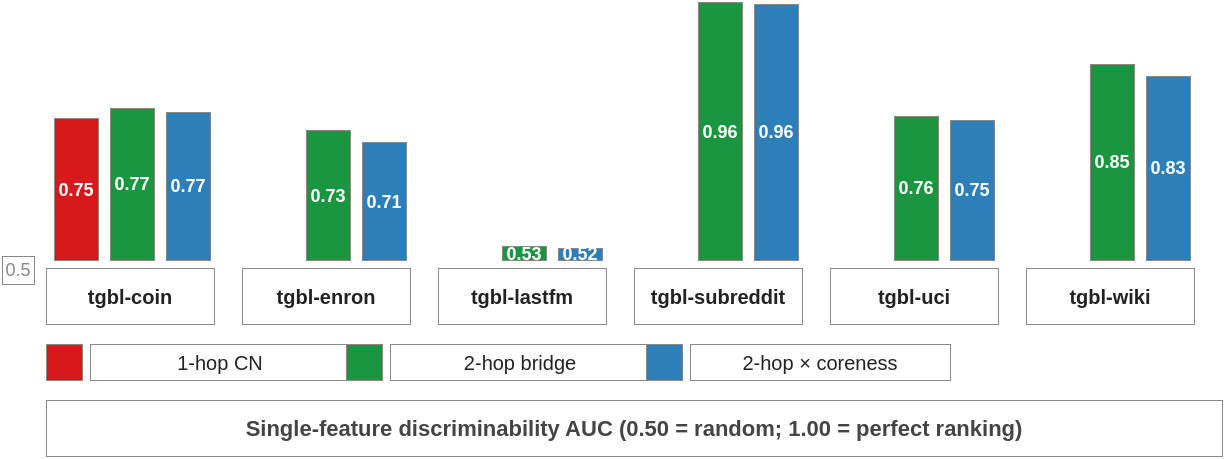
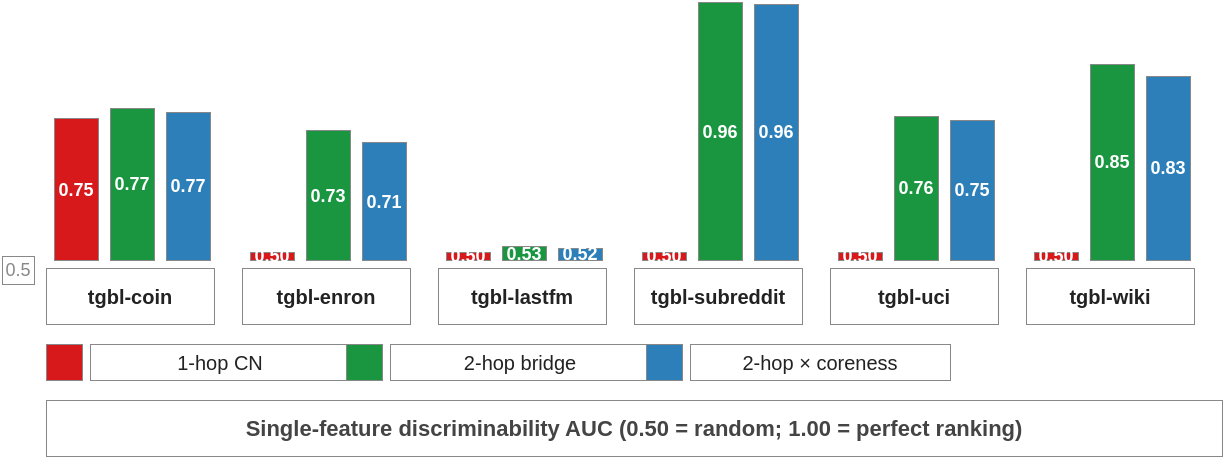
<mxfile host="local" version="22.0.0">
  <diagram name="discAUC-bars" id="discauc-bars">
    <mxGraphModel dx="2000" dy="1000" grid="1" gridSize="10" guides="1" tooltips="1"
      connect="1" arrows="1" fold="1" page="1" pageScale="1"
      pageWidth="716" pageHeight="358" math="0" shadow="0">
      <root>
        <mxCell id="0"/>
        <mxCell id="1" parent="0"/>
-         <mxCell id="2001" value="tgbl-coin" style="rounded=0;whiteSpace=wrap;html=1;fillColor=#FFFFFF;strokeColor=#888888;strokeWidth=0.5;fontColor=#222222;fontSize=10;fontFamily=Helvetica;align=center;verticalAlign=middle;fontStyle=1" vertex="1" parent="1"><mxGeometry x="24" y="168" width="84" height="28" as="geometry"/></mxCell><mxCell id="2002" value="0.75" style="rounded=0;whiteSpace=wrap;html=1;fillColor=#D7191C;strokeColor=#888888;strokeWidth=0.5;fontColor=#FFFFFF;fontSize=9;fontFamily=Helvetica;align=center;verticalAlign=middle;fontStyle=1" vertex="1" parent="1"><mxGeometry x="28" y="93" width="22" height="71" as="geometry"/></mxCell><mxCell id="2003" value="0.77" style="rounded=0;whiteSpace=wrap;html=1;fillColor=#1A9641;strokeColor=#888888;strokeWidth=0.5;fontColor=#FFFFFF;fontSize=9;fontFamily=Helvetica;align=center;verticalAlign=middle;fontStyle=1" vertex="1" parent="1"><mxGeometry x="56" y="88" width="22" height="76" as="geometry"/></mxCell><mxCell id="2004" value="0.77" style="rounded=0;whiteSpace=wrap;html=1;fillColor=#2C7FB8;strokeColor=#888888;strokeWidth=0.5;fontColor=#FFFFFF;fontSize=9;fontFamily=Helvetica;align=center;verticalAlign=middle;fontStyle=1" vertex="1" parent="1"><mxGeometry x="84" y="90" width="22" height="74" as="geometry"/></mxCell><mxCell id="2005" value="tgbl-enron" style="rounded=0;whiteSpace=wrap;html=1;fillColor=#FFFFFF;strokeColor=#888888;strokeWidth=0.5;fontColor=#222222;fontSize=10;fontFamily=Helvetica;align=center;verticalAlign=middle;fontStyle=1" vertex="1" parent="1"><mxGeometry x="122" y="168" width="84" height="28" as="geometry"/></mxCell><mxCell id="2006" value="0.50" style="rounded=0;whiteSpace=wrap;html=1;fillColor=#D7191C;strokeColor=#888888;strokeWidth=0.5;fontColor=#FFFFFF;fontSize=9;fontFamily=Helvetica;align=center;verticalAlign=middle;fontStyle=1" vertex="1" parent="1"><mxGeometry x="126" y="164" width="22" height="0" as="geometry"/></mxCell><mxCell id="2007" value="0.73" style="rounded=0;whiteSpace=wrap;html=1;fillColor=#1A9641;strokeColor=#888888;strokeWidth=0.5;fontColor=#FFFFFF;fontSize=9;fontFamily=Helvetica;align=center;verticalAlign=middle;fontStyle=1" vertex="1" parent="1"><mxGeometry x="154" y="99" width="22" height="65" as="geometry"/></mxCell><mxCell id="2008" value="0.71" style="rounded=0;whiteSpace=wrap;html=1;fillColor=#2C7FB8;strokeColor=#888888;strokeWidth=0.5;fontColor=#FFFFFF;fontSize=9;fontFamily=Helvetica;align=center;verticalAlign=middle;fontStyle=1" vertex="1" parent="1"><mxGeometry x="182" y="105" width="22" height="59" as="geometry"/></mxCell><mxCell id="2009" value="tgbl-lastfm" style="rounded=0;whiteSpace=wrap;html=1;fillColor=#FFFFFF;strokeColor=#888888;strokeWidth=0.5;fontColor=#222222;fontSize=10;fontFamily=Helvetica;align=center;verticalAlign=middle;fontStyle=1" vertex="1" parent="1"><mxGeometry x="220" y="168" width="84" height="28" as="geometry"/></mxCell><mxCell id="2010" value="0.50" style="rounded=0;whiteSpace=wrap;html=1;fillColor=#D7191C;strokeColor=#888888;strokeWidth=0.5;fontColor=#FFFFFF;fontSize=9;fontFamily=Helvetica;align=center;verticalAlign=middle;fontStyle=1" vertex="1" parent="1"><mxGeometry x="224" y="164" width="22" height="0" as="geometry"/></mxCell><mxCell id="2011" value="0.53" style="rounded=0;whiteSpace=wrap;html=1;fillColor=#1A9641;strokeColor=#888888;strokeWidth=0.5;fontColor=#FFFFFF;fontSize=9;fontFamily=Helvetica;align=center;verticalAlign=middle;fontStyle=1" vertex="1" parent="1"><mxGeometry x="252" y="157" width="22" height="7" as="geometry"/></mxCell><mxCell id="2012" value="0.52" style="rounded=0;whiteSpace=wrap;html=1;fillColor=#2C7FB8;strokeColor=#888888;strokeWidth=0.5;fontColor=#FFFFFF;fontSize=9;fontFamily=Helvetica;align=center;verticalAlign=middle;fontStyle=1" vertex="1" parent="1"><mxGeometry x="280" y="158" width="22" height="6" as="geometry"/></mxCell><mxCell id="2013" value="tgbl-subreddit" style="rounded=0;whiteSpace=wrap;html=1;fillColor=#FFFFFF;strokeColor=#888888;strokeWidth=0.5;fontColor=#222222;fontSize=10;fontFamily=Helvetica;align=center;verticalAlign=middle;fontStyle=1" vertex="1" parent="1"><mxGeometry x="318" y="168" width="84" height="28" as="geometry"/></mxCell><mxCell id="2014" value="0.50" style="rounded=0;whiteSpace=wrap;html=1;fillColor=#D7191C;strokeColor=#888888;strokeWidth=0.5;fontColor=#FFFFFF;fontSize=9;fontFamily=Helvetica;align=center;verticalAlign=middle;fontStyle=1" vertex="1" parent="1"><mxGeometry x="322" y="164" width="22" height="0" as="geometry"/></mxCell><mxCell id="2015" value="0.96" style="rounded=0;whiteSpace=wrap;html=1;fillColor=#1A9641;strokeColor=#888888;strokeWidth=0.5;fontColor=#FFFFFF;fontSize=9;fontFamily=Helvetica;align=center;verticalAlign=middle;fontStyle=1" vertex="1" parent="1"><mxGeometry x="350" y="35" width="22" height="129" as="geometry"/></mxCell><mxCell id="2016" value="0.96" style="rounded=0;whiteSpace=wrap;html=1;fillColor=#2C7FB8;strokeColor=#888888;strokeWidth=0.5;fontColor=#FFFFFF;fontSize=9;fontFamily=Helvetica;align=center;verticalAlign=middle;fontStyle=1" vertex="1" parent="1"><mxGeometry x="378" y="36" width="22" height="128" as="geometry"/></mxCell><mxCell id="2017" value="tgbl-uci" style="rounded=0;whiteSpace=wrap;html=1;fillColor=#FFFFFF;strokeColor=#888888;strokeWidth=0.5;fontColor=#222222;fontSize=10;fontFamily=Helvetica;align=center;verticalAlign=middle;fontStyle=1" vertex="1" parent="1"><mxGeometry x="416" y="168" width="84" height="28" as="geometry"/></mxCell><mxCell id="2018" value="0.50" style="rounded=0;whiteSpace=wrap;html=1;fillColor=#D7191C;strokeColor=#888888;strokeWidth=0.5;fontColor=#FFFFFF;fontSize=9;fontFamily=Helvetica;align=center;verticalAlign=middle;fontStyle=1" vertex="1" parent="1"><mxGeometry x="420" y="164" width="22" height="0" as="geometry"/></mxCell><mxCell id="2019" value="0.76" style="rounded=0;whiteSpace=wrap;html=1;fillColor=#1A9641;strokeColor=#888888;strokeWidth=0.5;fontColor=#FFFFFF;fontSize=9;fontFamily=Helvetica;align=center;verticalAlign=middle;fontStyle=1" vertex="1" parent="1"><mxGeometry x="448" y="92" width="22" height="72" as="geometry"/></mxCell><mxCell id="2020" value="0.75" style="rounded=0;whiteSpace=wrap;html=1;fillColor=#2C7FB8;strokeColor=#888888;strokeWidth=0.5;fontColor=#FFFFFF;fontSize=9;fontFamily=Helvetica;align=center;verticalAlign=middle;fontStyle=1" vertex="1" parent="1"><mxGeometry x="476" y="94" width="22" height="70" as="geometry"/></mxCell><mxCell id="2021" value="tgbl-wiki" style="rounded=0;whiteSpace=wrap;html=1;fillColor=#FFFFFF;strokeColor=#888888;strokeWidth=0.5;fontColor=#222222;fontSize=10;fontFamily=Helvetica;align=center;verticalAlign=middle;fontStyle=1" vertex="1" parent="1"><mxGeometry x="514" y="168" width="84" height="28" as="geometry"/></mxCell><mxCell id="2022" value="0.50" style="rounded=0;whiteSpace=wrap;html=1;fillColor=#D7191C;strokeColor=#888888;strokeWidth=0.5;fontColor=#FFFFFF;fontSize=9;fontFamily=Helvetica;align=center;verticalAlign=middle;fontStyle=1" vertex="1" parent="1"><mxGeometry x="518" y="164" width="22" height="0" as="geometry"/></mxCell><mxCell id="2023" value="0.85" style="rounded=0;whiteSpace=wrap;html=1;fillColor=#1A9641;strokeColor=#888888;strokeWidth=0.5;fontColor=#FFFFFF;fontSize=9;fontFamily=Helvetica;align=center;verticalAlign=middle;fontStyle=1" vertex="1" parent="1"><mxGeometry x="546" y="66" width="22" height="98" as="geometry"/></mxCell><mxCell id="2024" value="0.83" style="rounded=0;whiteSpace=wrap;html=1;fillColor=#2C7FB8;strokeColor=#888888;strokeWidth=0.5;fontColor=#FFFFFF;fontSize=9;fontFamily=Helvetica;align=center;verticalAlign=middle;fontStyle=1" vertex="1" parent="1"><mxGeometry x="574" y="72" width="22" height="92" as="geometry"/></mxCell><mxCell id="2025" value="0.5" style="rounded=0;whiteSpace=wrap;html=1;fillColor=#FFFFFF;strokeColor=#888888;strokeWidth=0.5;fontColor=#888888;fontSize=9;fontFamily=Helvetica;align=center;verticalAlign=middle" vertex="1" parent="1"><mxGeometry x="2" y="162" width="16" height="14" as="geometry"/></mxCell><mxCell id="2026" value="" style="rounded=0;whiteSpace=wrap;html=1;fillColor=#D7191C;strokeColor=#888888;strokeWidth=0.5;fontColor=#000000;fontSize=10;fontFamily=Helvetica;align=center;verticalAlign=middle" vertex="1" parent="1"><mxGeometry x="24" y="206" width="18" height="18" as="geometry"/></mxCell><mxCell id="2027" value="1-hop CN" style="rounded=0;whiteSpace=wrap;html=1;fillColor=#FFFFFF;strokeColor=#888888;strokeWidth=0.5;fontColor=#222222;fontSize=10;fontFamily=Helvetica;align=center;verticalAlign=middle" vertex="1" parent="1"><mxGeometry x="46" y="206" width="130" height="18" as="geometry"/></mxCell><mxCell id="2028" value="" style="rounded=0;whiteSpace=wrap;html=1;fillColor=#1A9641;strokeColor=#888888;strokeWidth=0.5;fontColor=#000000;fontSize=10;fontFamily=Helvetica;align=center;verticalAlign=middle" vertex="1" parent="1"><mxGeometry x="174" y="206" width="18" height="18" as="geometry"/></mxCell><mxCell id="2029" value="2-hop bridge" style="rounded=0;whiteSpace=wrap;html=1;fillColor=#FFFFFF;strokeColor=#888888;strokeWidth=0.5;fontColor=#222222;fontSize=10;fontFamily=Helvetica;align=center;verticalAlign=middle" vertex="1" parent="1"><mxGeometry x="196" y="206" width="130" height="18" as="geometry"/></mxCell><mxCell id="2030" value="" style="rounded=0;whiteSpace=wrap;html=1;fillColor=#2C7FB8;strokeColor=#888888;strokeWidth=0.5;fontColor=#000000;fontSize=10;fontFamily=Helvetica;align=center;verticalAlign=middle" vertex="1" parent="1"><mxGeometry x="324" y="206" width="18" height="18" as="geometry"/></mxCell><mxCell id="2031" value="2-hop × coreness" style="rounded=0;whiteSpace=wrap;html=1;fillColor=#FFFFFF;strokeColor=#888888;strokeWidth=0.5;fontColor=#222222;fontSize=10;fontFamily=Helvetica;align=center;verticalAlign=middle" vertex="1" parent="1"><mxGeometry x="346" y="206" width="130" height="18" as="geometry"/></mxCell><mxCell id="2032" value="Single-feature discriminability AUC (0.50 = random; 1.00 = perfect ranking)" style="rounded=0;whiteSpace=wrap;html=1;fillColor=#FFFFFF;strokeColor=#888888;strokeWidth=0.5;fontColor=#444444;fontSize=11;fontFamily=Helvetica;align=center;verticalAlign=middle;fontStyle=1" vertex="1" parent="1"><mxGeometry x="24" y="234" width="588" height="28" as="geometry"/></mxCell>
+         <mxCell id="2001" value="tgbl-coin" style="rounded=0;whiteSpace=wrap;html=1;fillColor=#FFFFFF;strokeColor=#888888;strokeWidth=0.5;fontColor=#222222;fontSize=10;fontFamily=Helvetica;align=center;verticalAlign=middle;fontStyle=1" vertex="1" parent="1"><mxGeometry x="24" y="168" width="84" height="28" as="geometry"/></mxCell><mxCell id="2002" value="0.75" style="rounded=0;whiteSpace=wrap;html=1;fillColor=#D7191C;strokeColor=#888888;strokeWidth=0.5;fontColor=#FFFFFF;fontSize=9;fontFamily=Helvetica;align=center;verticalAlign=middle;fontStyle=1" vertex="1" parent="1"><mxGeometry x="28" y="93" width="22" height="71" as="geometry"/></mxCell><mxCell id="2003" value="0.77" style="rounded=0;whiteSpace=wrap;html=1;fillColor=#1A9641;strokeColor=#888888;strokeWidth=0.5;fontColor=#FFFFFF;fontSize=9;fontFamily=Helvetica;align=center;verticalAlign=middle;fontStyle=1" vertex="1" parent="1"><mxGeometry x="56" y="88" width="22" height="76" as="geometry"/></mxCell><mxCell id="2004" value="0.77" style="rounded=0;whiteSpace=wrap;html=1;fillColor=#2C7FB8;strokeColor=#888888;strokeWidth=0.5;fontColor=#FFFFFF;fontSize=9;fontFamily=Helvetica;align=center;verticalAlign=middle;fontStyle=1" vertex="1" parent="1"><mxGeometry x="84" y="90" width="22" height="74" as="geometry"/></mxCell><mxCell id="2005" value="tgbl-enron" style="rounded=0;whiteSpace=wrap;html=1;fillColor=#FFFFFF;strokeColor=#888888;strokeWidth=0.5;fontColor=#222222;fontSize=10;fontFamily=Helvetica;align=center;verticalAlign=middle;fontStyle=1" vertex="1" parent="1"><mxGeometry x="122" y="168" width="84" height="28" as="geometry"/></mxCell><mxCell id="2006" value="0.50" style="rounded=0;whiteSpace=wrap;html=1;fillColor=#D7191C;strokeColor=#888888;strokeWidth=0.5;fontColor=#FFFFFF;fontSize=9;fontFamily=Helvetica;align=center;verticalAlign=middle;fontStyle=1" vertex="1" parent="1"><mxGeometry x="126" y="160" width="22" height="4" as="geometry"/></mxCell><mxCell id="2007" value="0.73" style="rounded=0;whiteSpace=wrap;html=1;fillColor=#1A9641;strokeColor=#888888;strokeWidth=0.5;fontColor=#FFFFFF;fontSize=9;fontFamily=Helvetica;align=center;verticalAlign=middle;fontStyle=1" vertex="1" parent="1"><mxGeometry x="154" y="99" width="22" height="65" as="geometry"/></mxCell><mxCell id="2008" value="0.71" style="rounded=0;whiteSpace=wrap;html=1;fillColor=#2C7FB8;strokeColor=#888888;strokeWidth=0.5;fontColor=#FFFFFF;fontSize=9;fontFamily=Helvetica;align=center;verticalAlign=middle;fontStyle=1" vertex="1" parent="1"><mxGeometry x="182" y="105" width="22" height="59" as="geometry"/></mxCell><mxCell id="2009" value="tgbl-lastfm" style="rounded=0;whiteSpace=wrap;html=1;fillColor=#FFFFFF;strokeColor=#888888;strokeWidth=0.5;fontColor=#222222;fontSize=10;fontFamily=Helvetica;align=center;verticalAlign=middle;fontStyle=1" vertex="1" parent="1"><mxGeometry x="220" y="168" width="84" height="28" as="geometry"/></mxCell><mxCell id="2010" value="0.50" style="rounded=0;whiteSpace=wrap;html=1;fillColor=#D7191C;strokeColor=#888888;strokeWidth=0.5;fontColor=#FFFFFF;fontSize=9;fontFamily=Helvetica;align=center;verticalAlign=middle;fontStyle=1" vertex="1" parent="1"><mxGeometry x="224" y="160" width="22" height="4" as="geometry"/></mxCell><mxCell id="2011" value="0.53" style="rounded=0;whiteSpace=wrap;html=1;fillColor=#1A9641;strokeColor=#888888;strokeWidth=0.5;fontColor=#FFFFFF;fontSize=9;fontFamily=Helvetica;align=center;verticalAlign=middle;fontStyle=1" vertex="1" parent="1"><mxGeometry x="252" y="157" width="22" height="7" as="geometry"/></mxCell><mxCell id="2012" value="0.52" style="rounded=0;whiteSpace=wrap;html=1;fillColor=#2C7FB8;strokeColor=#888888;strokeWidth=0.5;fontColor=#FFFFFF;fontSize=9;fontFamily=Helvetica;align=center;verticalAlign=middle;fontStyle=1" vertex="1" parent="1"><mxGeometry x="280" y="158" width="22" height="6" as="geometry"/></mxCell><mxCell id="2013" value="tgbl-subreddit" style="rounded=0;whiteSpace=wrap;html=1;fillColor=#FFFFFF;strokeColor=#888888;strokeWidth=0.5;fontColor=#222222;fontSize=10;fontFamily=Helvetica;align=center;verticalAlign=middle;fontStyle=1" vertex="1" parent="1"><mxGeometry x="318" y="168" width="84" height="28" as="geometry"/></mxCell><mxCell id="2014" value="0.50" style="rounded=0;whiteSpace=wrap;html=1;fillColor=#D7191C;strokeColor=#888888;strokeWidth=0.5;fontColor=#FFFFFF;fontSize=9;fontFamily=Helvetica;align=center;verticalAlign=middle;fontStyle=1" vertex="1" parent="1"><mxGeometry x="322" y="160" width="22" height="4" as="geometry"/></mxCell><mxCell id="2015" value="0.96" style="rounded=0;whiteSpace=wrap;html=1;fillColor=#1A9641;strokeColor=#888888;strokeWidth=0.5;fontColor=#FFFFFF;fontSize=9;fontFamily=Helvetica;align=center;verticalAlign=middle;fontStyle=1" vertex="1" parent="1"><mxGeometry x="350" y="35" width="22" height="129" as="geometry"/></mxCell><mxCell id="2016" value="0.96" style="rounded=0;whiteSpace=wrap;html=1;fillColor=#2C7FB8;strokeColor=#888888;strokeWidth=0.5;fontColor=#FFFFFF;fontSize=9;fontFamily=Helvetica;align=center;verticalAlign=middle;fontStyle=1" vertex="1" parent="1"><mxGeometry x="378" y="36" width="22" height="128" as="geometry"/></mxCell><mxCell id="2017" value="tgbl-uci" style="rounded=0;whiteSpace=wrap;html=1;fillColor=#FFFFFF;strokeColor=#888888;strokeWidth=0.5;fontColor=#222222;fontSize=10;fontFamily=Helvetica;align=center;verticalAlign=middle;fontStyle=1" vertex="1" parent="1"><mxGeometry x="416" y="168" width="84" height="28" as="geometry"/></mxCell><mxCell id="2018" value="0.50" style="rounded=0;whiteSpace=wrap;html=1;fillColor=#D7191C;strokeColor=#888888;strokeWidth=0.5;fontColor=#FFFFFF;fontSize=9;fontFamily=Helvetica;align=center;verticalAlign=middle;fontStyle=1" vertex="1" parent="1"><mxGeometry x="420" y="160" width="22" height="4" as="geometry"/></mxCell><mxCell id="2019" value="0.76" style="rounded=0;whiteSpace=wrap;html=1;fillColor=#1A9641;strokeColor=#888888;strokeWidth=0.5;fontColor=#FFFFFF;fontSize=9;fontFamily=Helvetica;align=center;verticalAlign=middle;fontStyle=1" vertex="1" parent="1"><mxGeometry x="448" y="92" width="22" height="72" as="geometry"/></mxCell><mxCell id="2020" value="0.75" style="rounded=0;whiteSpace=wrap;html=1;fillColor=#2C7FB8;strokeColor=#888888;strokeWidth=0.5;fontColor=#FFFFFF;fontSize=9;fontFamily=Helvetica;align=center;verticalAlign=middle;fontStyle=1" vertex="1" parent="1"><mxGeometry x="476" y="94" width="22" height="70" as="geometry"/></mxCell><mxCell id="2021" value="tgbl-wiki" style="rounded=0;whiteSpace=wrap;html=1;fillColor=#FFFFFF;strokeColor=#888888;strokeWidth=0.5;fontColor=#222222;fontSize=10;fontFamily=Helvetica;align=center;verticalAlign=middle;fontStyle=1" vertex="1" parent="1"><mxGeometry x="514" y="168" width="84" height="28" as="geometry"/></mxCell><mxCell id="2022" value="0.50" style="rounded=0;whiteSpace=wrap;html=1;fillColor=#D7191C;strokeColor=#888888;strokeWidth=0.5;fontColor=#FFFFFF;fontSize=9;fontFamily=Helvetica;align=center;verticalAlign=middle;fontStyle=1" vertex="1" parent="1"><mxGeometry x="518" y="160" width="22" height="4" as="geometry"/></mxCell><mxCell id="2023" value="0.85" style="rounded=0;whiteSpace=wrap;html=1;fillColor=#1A9641;strokeColor=#888888;strokeWidth=0.5;fontColor=#FFFFFF;fontSize=9;fontFamily=Helvetica;align=center;verticalAlign=middle;fontStyle=1" vertex="1" parent="1"><mxGeometry x="546" y="66" width="22" height="98" as="geometry"/></mxCell><mxCell id="2024" value="0.83" style="rounded=0;whiteSpace=wrap;html=1;fillColor=#2C7FB8;strokeColor=#888888;strokeWidth=0.5;fontColor=#FFFFFF;fontSize=9;fontFamily=Helvetica;align=center;verticalAlign=middle;fontStyle=1" vertex="1" parent="1"><mxGeometry x="574" y="72" width="22" height="92" as="geometry"/></mxCell><mxCell id="2025" value="0.5" style="rounded=0;whiteSpace=wrap;html=1;fillColor=#FFFFFF;strokeColor=#888888;strokeWidth=0.5;fontColor=#888888;fontSize=9;fontFamily=Helvetica;align=center;verticalAlign=middle" vertex="1" parent="1"><mxGeometry x="2" y="162" width="16" height="14" as="geometry"/></mxCell><mxCell id="2026" value="" style="rounded=0;whiteSpace=wrap;html=1;fillColor=#D7191C;strokeColor=#888888;strokeWidth=0.5;fontColor=#000000;fontSize=10;fontFamily=Helvetica;align=center;verticalAlign=middle" vertex="1" parent="1"><mxGeometry x="24" y="206" width="18" height="18" as="geometry"/></mxCell><mxCell id="2027" value="1-hop CN" style="rounded=0;whiteSpace=wrap;html=1;fillColor=#FFFFFF;strokeColor=#888888;strokeWidth=0.5;fontColor=#222222;fontSize=10;fontFamily=Helvetica;align=center;verticalAlign=middle" vertex="1" parent="1"><mxGeometry x="46" y="206" width="130" height="18" as="geometry"/></mxCell><mxCell id="2028" value="" style="rounded=0;whiteSpace=wrap;html=1;fillColor=#1A9641;strokeColor=#888888;strokeWidth=0.5;fontColor=#000000;fontSize=10;fontFamily=Helvetica;align=center;verticalAlign=middle" vertex="1" parent="1"><mxGeometry x="174" y="206" width="18" height="18" as="geometry"/></mxCell><mxCell id="2029" value="2-hop bridge" style="rounded=0;whiteSpace=wrap;html=1;fillColor=#FFFFFF;strokeColor=#888888;strokeWidth=0.5;fontColor=#222222;fontSize=10;fontFamily=Helvetica;align=center;verticalAlign=middle" vertex="1" parent="1"><mxGeometry x="196" y="206" width="130" height="18" as="geometry"/></mxCell><mxCell id="2030" value="" style="rounded=0;whiteSpace=wrap;html=1;fillColor=#2C7FB8;strokeColor=#888888;strokeWidth=0.5;fontColor=#000000;fontSize=10;fontFamily=Helvetica;align=center;verticalAlign=middle" vertex="1" parent="1"><mxGeometry x="324" y="206" width="18" height="18" as="geometry"/></mxCell><mxCell id="2031" value="2-hop × coreness" style="rounded=0;whiteSpace=wrap;html=1;fillColor=#FFFFFF;strokeColor=#888888;strokeWidth=0.5;fontColor=#222222;fontSize=10;fontFamily=Helvetica;align=center;verticalAlign=middle" vertex="1" parent="1"><mxGeometry x="346" y="206" width="130" height="18" as="geometry"/></mxCell><mxCell id="2032" value="Single-feature discriminability AUC (0.50 = random; 1.00 = perfect ranking)" style="rounded=0;whiteSpace=wrap;html=1;fillColor=#FFFFFF;strokeColor=#888888;strokeWidth=0.5;fontColor=#444444;fontSize=11;fontFamily=Helvetica;align=center;verticalAlign=middle;fontStyle=1" vertex="1" parent="1"><mxGeometry x="24" y="234" width="588" height="28" as="geometry"/></mxCell>
      </root>
    </mxGraphModel>
  </diagram>
</mxfile>
